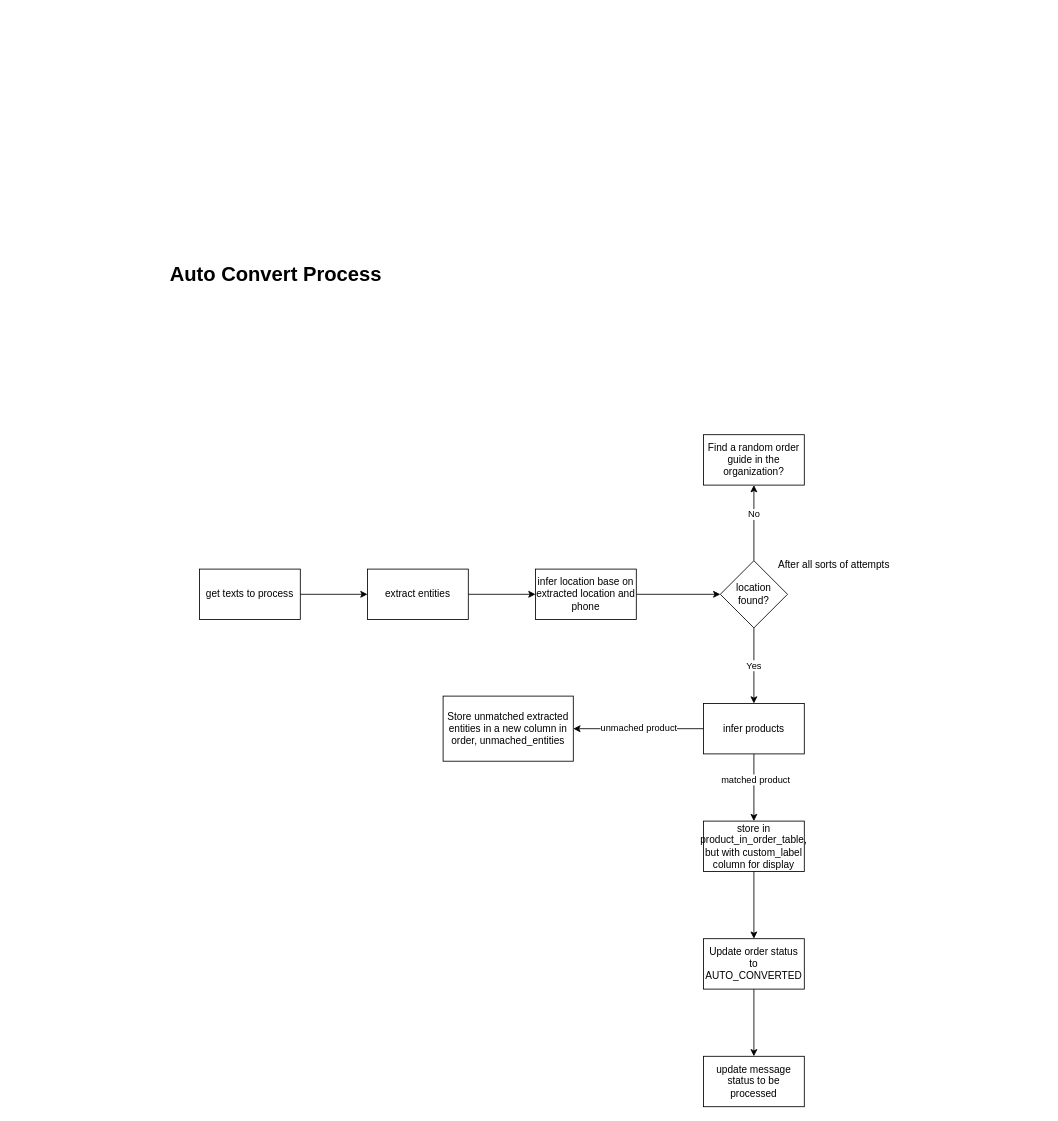
This is auto_convert.drawio from R-D-D-D/drawio, a draw.io file, before an edit. Source tidied: cells renumbered, new cells numbered last; positions are measured from the earlier drawing's top-left corner, leaving out a move shared by most shapes. Both pictures are drawn from the tidied source at 84%, with x=0, y=0 at pixel (165, 258).
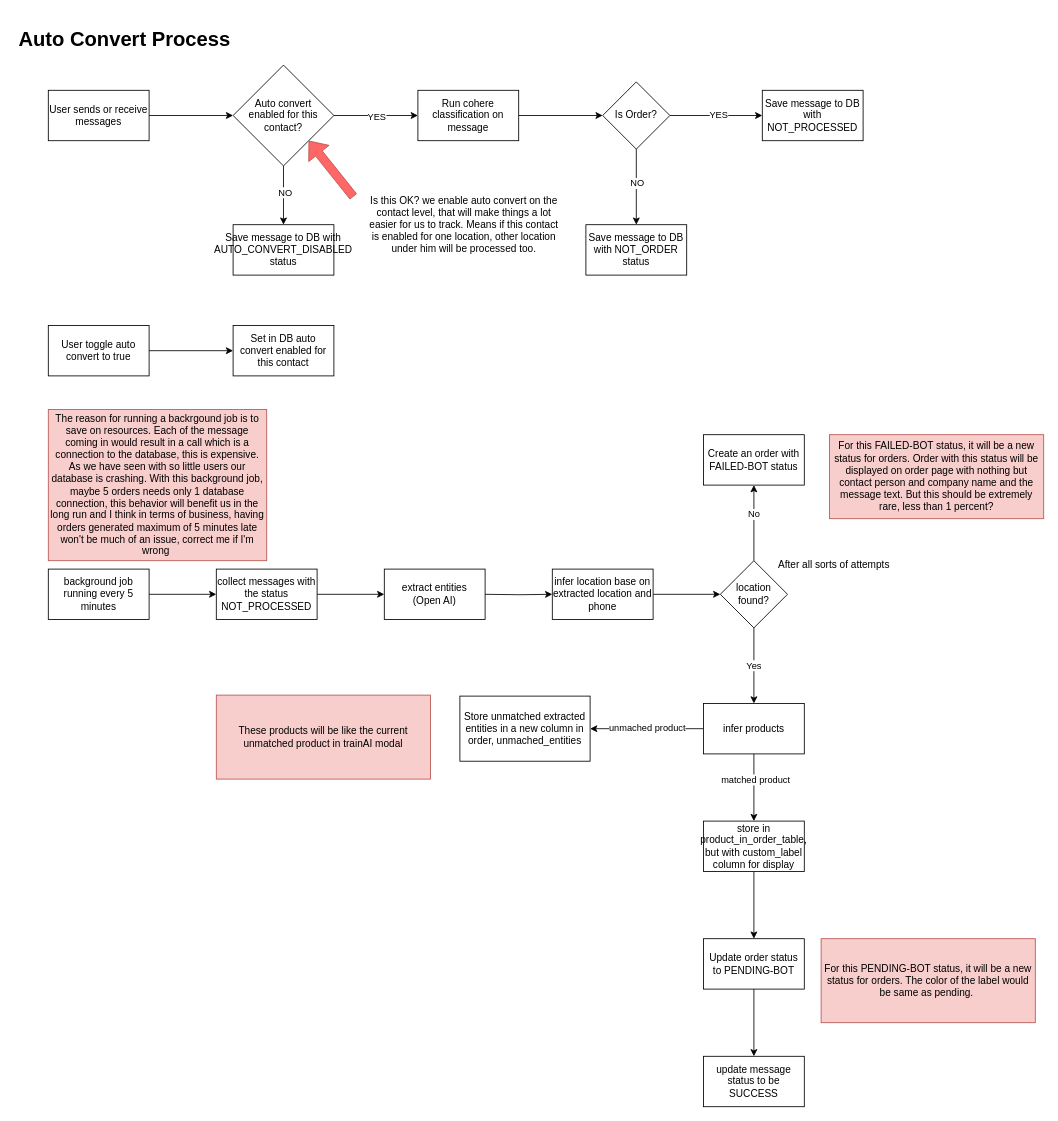
Above is the later version.

What changed in the source:
```diff
@@
-    <mxCell id="2" style="edgeStyle=orthogonalEdgeStyle;rounded=0;jettySize=auto;html=1;" parent="1" edge="1" source="3" target="5">
-      <mxGeometry relative="1" as="geometry" />
-    </mxCell>
+    <mxCell id="26" style="edgeStyle=orthogonalEdgeStyle;rounded=0;jettySize=auto;html=1;" parent="1" edge="1" source="3" target="43">
+      <mxGeometry relative="1" as="geometry" />
+    </mxCell>
-    <mxCell id="3" value="get texts to process" style="rounded=0;whiteSpace=wrap;html=1;" parent="1" vertex="1">
-      <mxGeometry x="40" y="370" width="120" height="60" as="geometry" />
+    <mxCell id="3" value="background job running every 5 minutes" style="rounded=0;whiteSpace=wrap;html=1;" parent="1" vertex="1">
+      <mxGeometry x="-140" y="370" width="120" height="60" as="geometry" />
     </mxCell>
-    <mxCell id="4" style="edgeStyle=orthogonalEdgeStyle;rounded=0;jettySize=auto;html=1;" parent="1" edge="1" source="5" target="7">
-      <mxGeometry relative="1" as="geometry" />
+    <mxCell id="4" style="edgeStyle=orthogonalEdgeStyle;rounded=0;jettySize=auto;html=1;" parent="1" edge="1" target="7">
+      <mxGeometry relative="1" as="geometry">
+        <mxPoint x="380" y="400" as="sourcePoint" />
+      </mxGeometry>
     </mxCell>
-    <mxCell id="5" value="extract entities" style="whiteSpace=wrap;html=1;rounded=0;" parent="1" vertex="1">
-      <mxGeometry x="240" y="370" width="120" height="60" as="geometry" />
+    <mxCell id="5" value="extract entities &lt;br&gt;(Open AI)" style="whiteSpace=wrap;html=1;rounded=0;" parent="1" vertex="1">
+      <mxGeometry x="260" y="370" width="120" height="60" as="geometry" />
     </mxCell>
@@
     <mxCell id="7" value="infer location base on extracted location and phone" style="whiteSpace=wrap;html=1;rounded=0;" parent="1" vertex="1">
-      <mxGeometry x="440" y="370" width="120" height="60" as="geometry" />
+      <mxGeometry x="460" y="370" width="120" height="60" as="geometry" />
     </mxCell>
@@
-    <mxCell id="12" value="Find a random order guide in the organization?" style="whiteSpace=wrap;html=1;rounded=0;" parent="1" vertex="1">
+    <mxCell id="12" value="Create an order with FAILED-BOT status" style="whiteSpace=wrap;html=1;rounded=0;" parent="1" vertex="1">
       <mxGeometry x="640" y="210" width="120" height="60" as="geometry" />
     </mxCell>
@@
     <mxCell id="21" value="Store unmatched extracted entities in a new column in order, unmached_entities" style="whiteSpace=wrap;html=1;rounded=0;" parent="1" vertex="1">
-      <mxGeometry x="330" y="521.2" width="155" height="77.5" as="geometry" />
+      <mxGeometry x="350" y="521.2" width="155" height="77.5" as="geometry" />
     </mxCell>
@@
-    <mxCell id="23" value="Update order status to AUTO_CONVERTED" style="whiteSpace=wrap;html=1;rounded=0;" parent="1" vertex="1">
+    <mxCell id="23" value="Update order status to PENDING-BOT" style="whiteSpace=wrap;html=1;rounded=0;" parent="1" vertex="1">
       <mxGeometry x="640" y="810" width="120" height="60" as="geometry" />
     </mxCell>
-    <mxCell id="24" value="update message status to be processed" style="whiteSpace=wrap;html=1;rounded=0;" parent="1" vertex="1">
+    <mxCell id="24" value="update message status to be SUCCESS" style="whiteSpace=wrap;html=1;rounded=0;" parent="1" vertex="1">
       <mxGeometry x="640" y="950" width="120" height="60" as="geometry" />
     </mxCell>
     <mxCell id="25" value="&lt;h1&gt;Auto Convert Process&lt;/h1&gt;" style="text;html=1;strokeColor=none;fillColor=none;spacing=5;spacingTop=-20;whiteSpace=wrap;overflow=hidden;rounded=0;" parent="1" vertex="1">
-      <mxGeometry width="410" height="120" as="geometry" />
+      <mxGeometry x="-180" y="-280" width="280" height="40" as="geometry" />
     </mxCell>
+    <mxCell id="27" style="edgeStyle=orthogonalEdgeStyle;rounded=0;jettySize=auto;html=1;" parent="1" edge="1" source="28" target="33">
+      <mxGeometry relative="1" as="geometry" />
+    </mxCell>
+    <mxCell id="28" value="User sends or receive messages" style="rounded=0;whiteSpace=wrap;html=1;" parent="1" vertex="1">
+      <mxGeometry x="-140" y="-200" width="120" height="60" as="geometry" />
+    </mxCell>
+    <mxCell id="29" style="edgeStyle=orthogonalEdgeStyle;rounded=0;jettySize=auto;html=1;" parent="1" edge="1" source="33" target="34">
+      <mxGeometry relative="1" as="geometry" />
+    </mxCell>
+    <mxCell id="30" value="NO" style="edgeLabel;html=1;align=center;verticalAlign=middle;" parent="29" vertex="1">
+      <mxGeometry x="-0.11" y="1" relative="1" as="geometry" />
+    </mxCell>
+    <mxCell id="31" style="edgeStyle=orthogonalEdgeStyle;rounded=0;jettySize=auto;html=1;" parent="1" edge="1" source="33" target="36">
+      <mxGeometry relative="1" as="geometry" />
+    </mxCell>
+    <mxCell id="32" value="YES" style="edgeLabel;html=1;align=center;verticalAlign=middle;" parent="31" vertex="1">
+      <mxGeometry x="-0.01" y="-1" relative="1" as="geometry" />
+    </mxCell>
+    <mxCell id="33" value="Auto convert &lt;br&gt;enabled for this contact?" style="rhombus;whiteSpace=wrap;html=1;rounded=0;" parent="1" vertex="1">
+      <mxGeometry x="80" y="-230" width="120" height="120" as="geometry" />
+    </mxCell>
+    <mxCell id="34" value="Save message to DB with AUTO_CONVERT_DISABLED&lt;br&gt;status" style="whiteSpace=wrap;html=1;rounded=0;" parent="1" vertex="1">
+      <mxGeometry x="80" y="-40" width="120" height="60" as="geometry" />
+    </mxCell>
+    <mxCell id="35" style="edgeStyle=orthogonalEdgeStyle;rounded=0;jettySize=auto;html=1;" parent="1" edge="1" source="36" target="49">
+      <mxGeometry relative="1" as="geometry" />
+    </mxCell>
+    <mxCell id="36" value="Run cohere classification on message" style="whiteSpace=wrap;html=1;rounded=0;" parent="1" vertex="1">
+      <mxGeometry x="300" y="-200" width="120" height="60" as="geometry" />
+    </mxCell>
+    <mxCell id="37" style="edgeStyle=orthogonalEdgeStyle;rounded=0;jettySize=auto;html=1;" parent="1" edge="1" source="38" target="39">
+      <mxGeometry relative="1" as="geometry" />
+    </mxCell>
+    <mxCell id="38" value="User toggle auto convert to true" style="rounded=0;whiteSpace=wrap;html=1;" parent="1" vertex="1">
+      <mxGeometry x="-140" y="80" width="120" height="60" as="geometry" />
+    </mxCell>
+    <mxCell id="39" value="Set in DB auto convert enabled for this contact" style="whiteSpace=wrap;html=1;rounded=0;" parent="1" vertex="1">
+      <mxGeometry x="80" y="80" width="120" height="60" as="geometry" />
+    </mxCell>
+    <mxCell id="40" style="shape=flexArrow;endArrow=classic;html=1;rounded=0;fillColor=#FF6666;strokeColor=#b85450;" parent="1" edge="1">
+      <mxGeometry relative="1" as="geometry">
+        <mxPoint x="223.3" y="-73.3" as="sourcePoint" />
+        <mxPoint x="170" y="-140" as="targetPoint" />
+      </mxGeometry>
+    </mxCell>
+    <mxCell id="41" value="Is this OK? we enable auto convert on the contact level, that will make things a lot easier for us to track. Means if this contact is enabled for one location, other location under him will be processed too." style="text;html=1;strokeColor=none;fillColor=none;align=center;verticalAlign=middle;whiteSpace=wrap;rounded=0;" parent="1" vertex="1">
+      <mxGeometry x="240" y="-80" width="230" height="80" as="geometry" />
+    </mxCell>
+    <mxCell id="42" style="edgeStyle=orthogonalEdgeStyle;rounded=0;jettySize=auto;html=1;entryX=0;entryY=0.5;entryDx=0;entryDy=0;" parent="1" edge="1" source="43" target="5">
+      <mxGeometry relative="1" as="geometry" />
+    </mxCell>
+    <mxCell id="43" value="collect messages with the status NOT_PROCESSED" style="whiteSpace=wrap;html=1;rounded=0;" parent="1" vertex="1">
+      <mxGeometry x="60" y="370" width="120" height="60" as="geometry" />
+    </mxCell>
+    <mxCell id="44" value="Save message to DB with NOT_PROCESSED" style="whiteSpace=wrap;html=1;rounded=0;" parent="1" vertex="1">
+      <mxGeometry x="710" y="-200" width="120" height="60" as="geometry" />
+    </mxCell>
+    <mxCell id="45" style="edgeStyle=orthogonalEdgeStyle;rounded=0;jettySize=auto;html=1;" parent="1" edge="1" source="49" target="44">
+      <mxGeometry relative="1" as="geometry" />
+    </mxCell>
+    <mxCell id="46" value="YES" style="edgeLabel;html=1;align=center;verticalAlign=middle;" parent="45" vertex="1">
+      <mxGeometry x="0.03" y="3" relative="1" as="geometry">
+        <mxPoint y="1" as="offset" />
+      </mxGeometry>
+    </mxCell>
+    <mxCell id="47" style="edgeStyle=orthogonalEdgeStyle;rounded=0;jettySize=auto;html=1;" parent="1" edge="1" source="49" target="50">
+      <mxGeometry relative="1" as="geometry" />
+    </mxCell>
+    <mxCell id="48" value="NO" style="edgeLabel;html=1;align=center;verticalAlign=middle;" parent="47" vertex="1">
+      <mxGeometry x="-0.12" relative="1" as="geometry" />
+    </mxCell>
+    <mxCell id="49" value="Is Order?" style="rhombus;whiteSpace=wrap;html=1;rounded=0;" parent="1" vertex="1">
+      <mxGeometry x="520" y="-210" width="80" height="80" as="geometry" />
+    </mxCell>
+    <mxCell id="50" value="Save message to DB with NOT_ORDER status" style="whiteSpace=wrap;html=1;rounded=0;" parent="1" vertex="1">
+      <mxGeometry x="500" y="-40" width="120" height="60" as="geometry" />
+    </mxCell>
+    <mxCell id="51" value="For this FAILED-BOT status, it will be a new status for orders. Order with this status will be displayed on order page with nothing but contact person and company name and the message text. But this should be extremely rare, less than 1 percent?" style="text;html=1;strokeColor=#b85450;fillColor=#f8cecc;align=center;verticalAlign=middle;whiteSpace=wrap;rounded=0;" parent="1" vertex="1">
+      <mxGeometry x="790" y="210" width="255" height="100" as="geometry" />
+    </mxCell>
+    <mxCell id="52" value="These products will be like the current unmatched product in trainAI modal" style="text;html=1;strokeColor=#b85450;fillColor=#f8cecc;align=center;verticalAlign=middle;whiteSpace=wrap;rounded=0;" parent="1" vertex="1">
+      <mxGeometry x="60" y="520" width="255" height="100" as="geometry" />
+    </mxCell>
+    <mxCell id="53" value="For this PENDING-BOT status, it will be a new status for orders. The color of the label would be same as pending.&amp;nbsp;" style="text;html=1;strokeColor=#b85450;fillColor=#f8cecc;align=center;verticalAlign=middle;whiteSpace=wrap;rounded=0;" parent="1" vertex="1">
+      <mxGeometry x="780" y="810" width="255" height="100" as="geometry" />
+    </mxCell>
+    <mxCell id="54" value="The reason for running a backrgound job is to save on resources. Each of the message coming in would result in a call which is a connection to the database, this is expensive. As we have seen with so little users our database is crashing. With this background job, maybe 5 orders needs only 1 database connection, this behavior will benefit us in the long run and I think in terms of business, having orders generated maximum of 5 minutes late won't be much of an issue, correct me if I'm wrong&amp;nbsp;" style="text;html=1;strokeColor=#b85450;fillColor=#f8cecc;align=center;verticalAlign=middle;whiteSpace=wrap;rounded=0;" parent="1" vertex="1">
+      <mxGeometry x="-140" y="180" width="260" height="180" as="geometry" />
+    </mxCell>
```
